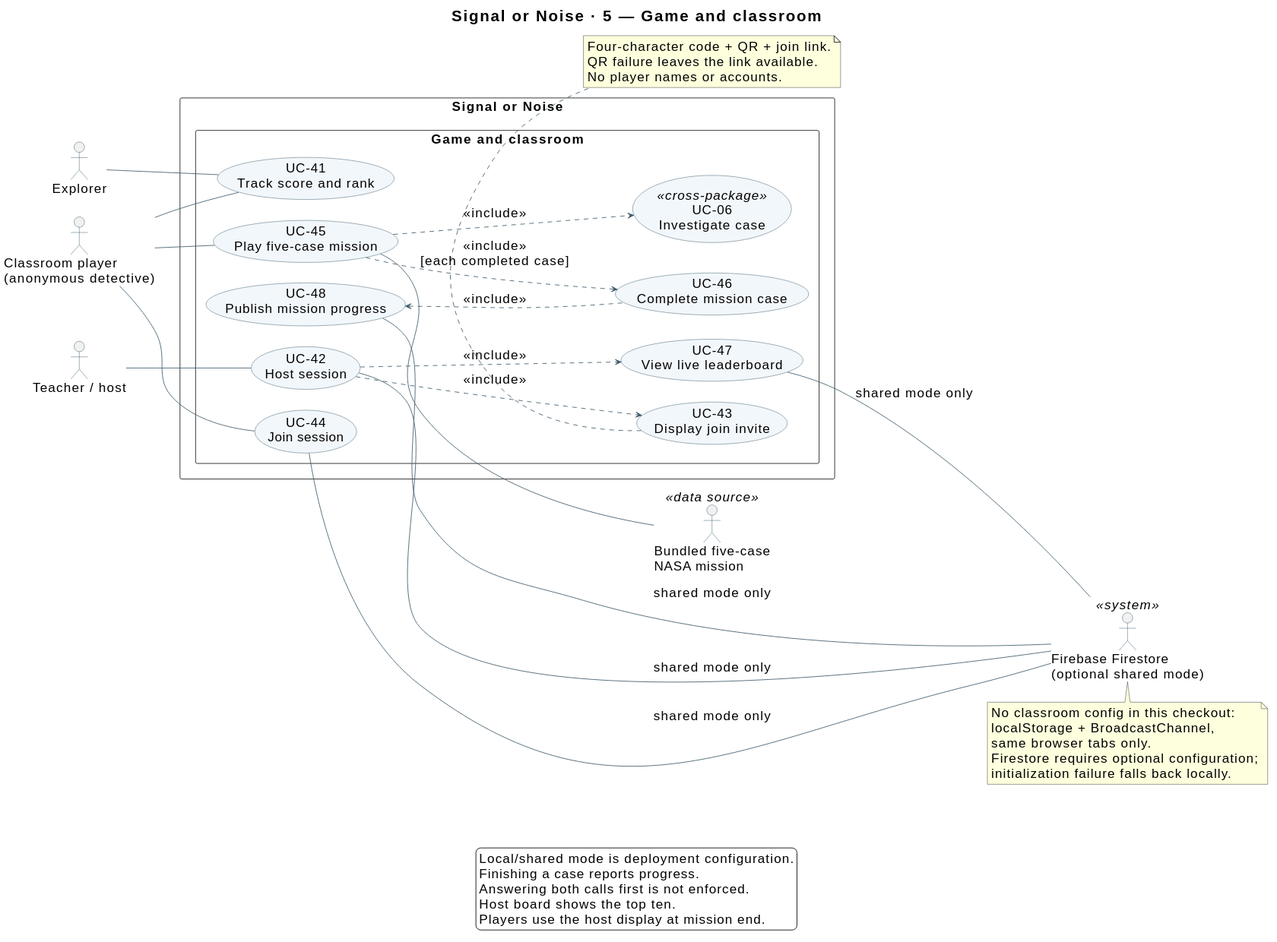
Above: docs/diagrams/05_game_classroom.svg in ThatGust/NASA-glaciers-2026-detective (PlantUML), before the change. The source it was exported from:
```plantuml
@startuml
left to right direction
skinparam backgroundColor white
skinparam shadowing false
skinparam defaultFontName SansSerif
skinparam defaultFontSize 20
skinparam ActorStereotypeFontSize 20
skinparam UsecaseStereotypeFontSize 20
skinparam TitleFontSize 24
skinparam ArrowFontSize 20
skinparam NoteFontSize 20
skinparam LegendFontSize 20
skinparam packageStyle rectangle
skinparam usecaseBackgroundColor #F2F7FB
skinparam usecaseBorderColor #23475B
skinparam actorBorderColor #23475B
skinparam ArrowColor #405B6B
skinparam nodesep 32
skinparam ranksep 44
title Signal or Noise · 5 — Game and classroom

actor Explorer as E
actor "Classroom player\n(anonymous detective)" as P
actor "Teacher / host" as H
actor "Bundled five-case\nNASA mission" as DATA <<data source>>
actor "Firebase Firestore\n(optional shared mode)" as FB <<system>>
rectangle "Signal or Noise" {
  package "Game and classroom" {
    usecase "UC-41\nTrack score and rank" as U41
    usecase "UC-42\nHost session" as U42
    usecase "UC-43\nDisplay join invite" as U43
    usecase "UC-44\nJoin session" as U44
    usecase "UC-45\nPlay five-case mission" as U45
    usecase "UC-46\nComplete mission case" as U46
    usecase "UC-47\nView live leaderboard" as U47
    usecase "UC-48\nPublish mission progress" as U48
    usecase "UC-06\nInvestigate case" as U6 <<cross-package>>
  }
}
E -- U41
P -- U41
P -- U44
P -- U45
H -- U42
U42 ..> U43 : <<include>>
U42 ..> U47 : <<include>>
U45 ..> U6 : <<include>>
U45 ..> U46 : <<include>>\n[each completed case]
U46 .up.> U48 : <<include>>
U45 -- DATA
U42 -- FB : shared mode only
U44 -- FB : shared mode only
U47 -- FB : shared mode only
U48 -- FB : shared mode only
note bottom of U43
  Four-character code + QR + join link.
  QR failure leaves the link available.
  No player names or accounts.
end note
note bottom of FB
  No classroom config in this checkout:
  localStorage + BroadcastChannel,
  same browser tabs only.
  Firestore requires optional configuration;
  initialization failure falls back locally.
end note
legend bottom
  Local/shared mode is deployment configuration.
  Finishing a case reports progress.
  Answering both calls first is not enforced.
  Host board shows the top ten.
  Players use the host display at mission end.
endlegend
@enduml
```
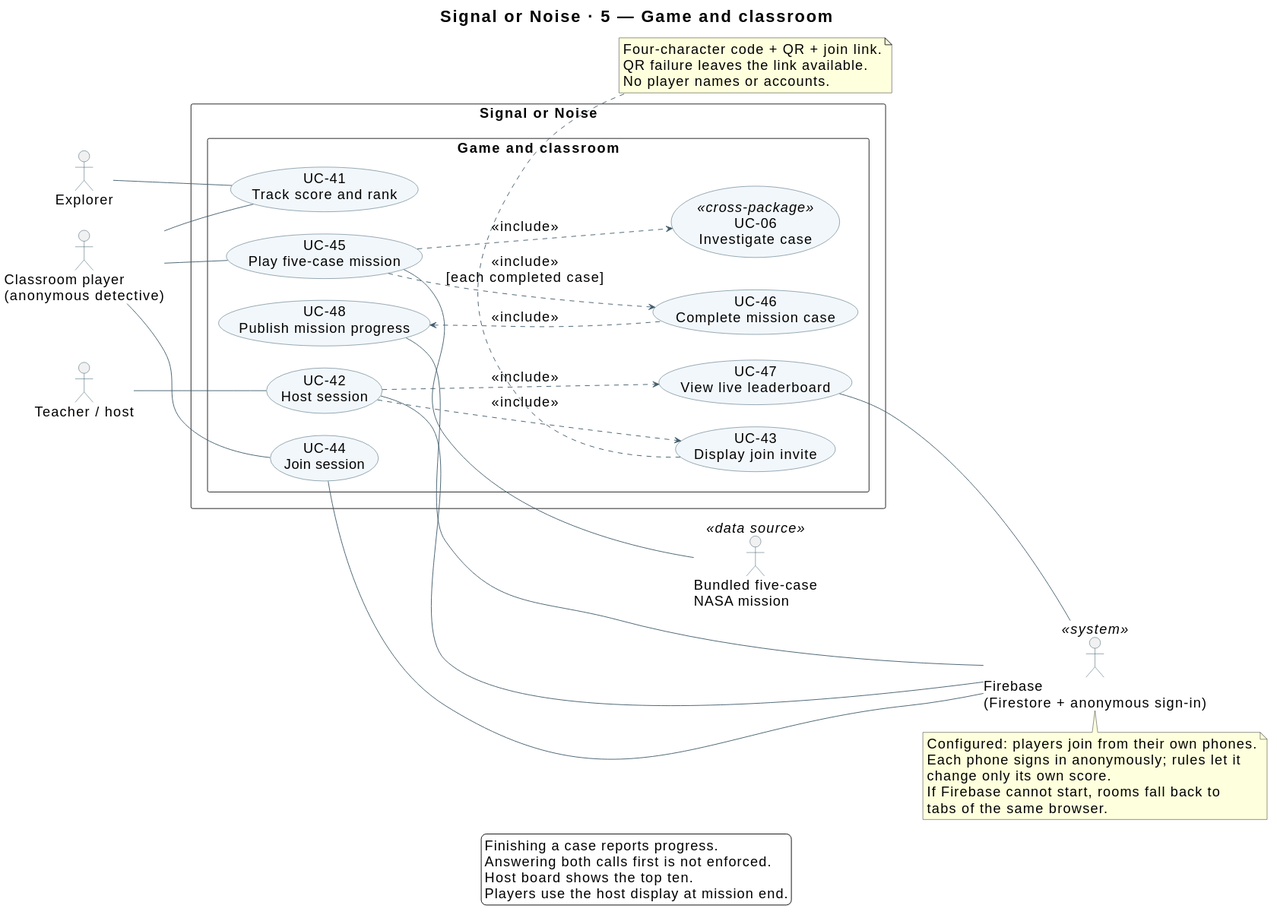
The same file after the commit.

Commit message:
Diagramas de casos de uso: idiomas, pais inicial, panel de autor y aula con Firebase

Diff of the diagram source:
```diff
@@ -23,7 +23,7 @@
 actor "Classroom player\n(anonymous detective)" as P
 actor "Teacher / host" as H
 actor "Bundled five-case\nNASA mission" as DATA <<data source>>
-actor "Firebase Firestore\n(optional shared mode)" as FB <<system>>
+actor "Firebase\n(Firestore + anonymous sign-in)" as FB <<system>>
 rectangle "Signal or Noise" {
   package "Game and classroom" {
     usecase "UC-41\nTrack score and rank" as U41
@@ -48,24 +48,23 @@
 U45 ..> U46 : <<include>>\n[each completed case]
 U46 .up.> U48 : <<include>>
 U45 -- DATA
-U42 -- FB : shared mode only
-U44 -- FB : shared mode only
-U47 -- FB : shared mode only
-U48 -- FB : shared mode only
+U42 -- FB
+U44 -- FB
+U47 -- FB
+U48 -- FB
 note bottom of U43
   Four-character code + QR + join link.
   QR failure leaves the link available.
   No player names or accounts.
 end note
 note bottom of FB
-  No classroom config in this checkout:
-  localStorage + BroadcastChannel,
-  same browser tabs only.
-  Firestore requires optional configuration;
-  initialization failure falls back locally.
+  Configured: players join from their own phones.
+  Each phone signs in anonymously; rules let it
+  change only its own score.
+  If Firebase cannot start, rooms fall back to
+  tabs of the same browser.
 end note
 legend bottom
-  Local/shared mode is deployment configuration.
   Finishing a case reports progress.
   Answering both calls first is not enforced.
   Host board shows the top ten.
```
